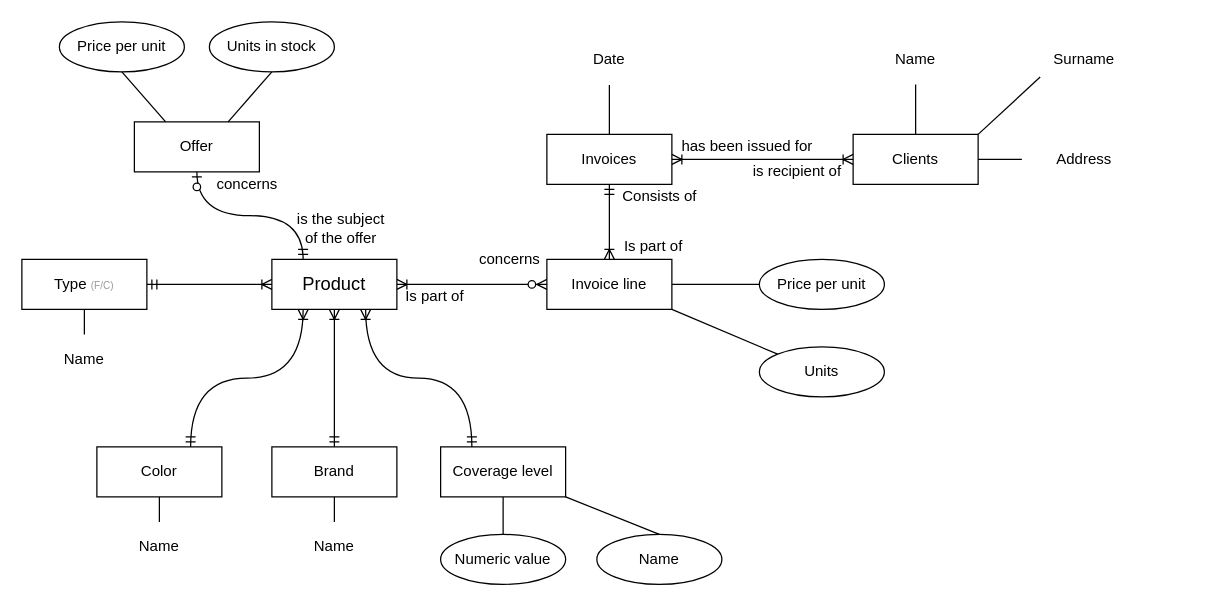
The draw.io diagram model.drawio in Lukasz-Pawlak/projekt_bazy, before the edit. Source tidied: cells renumbered, new cells numbered last; positions are measured from the earlier drawing's top-left corner, leaving out a move shared by most shapes. Both pictures are drawn from the tidied source at 125%, with x=0, y=0 at pixel (21, 21).
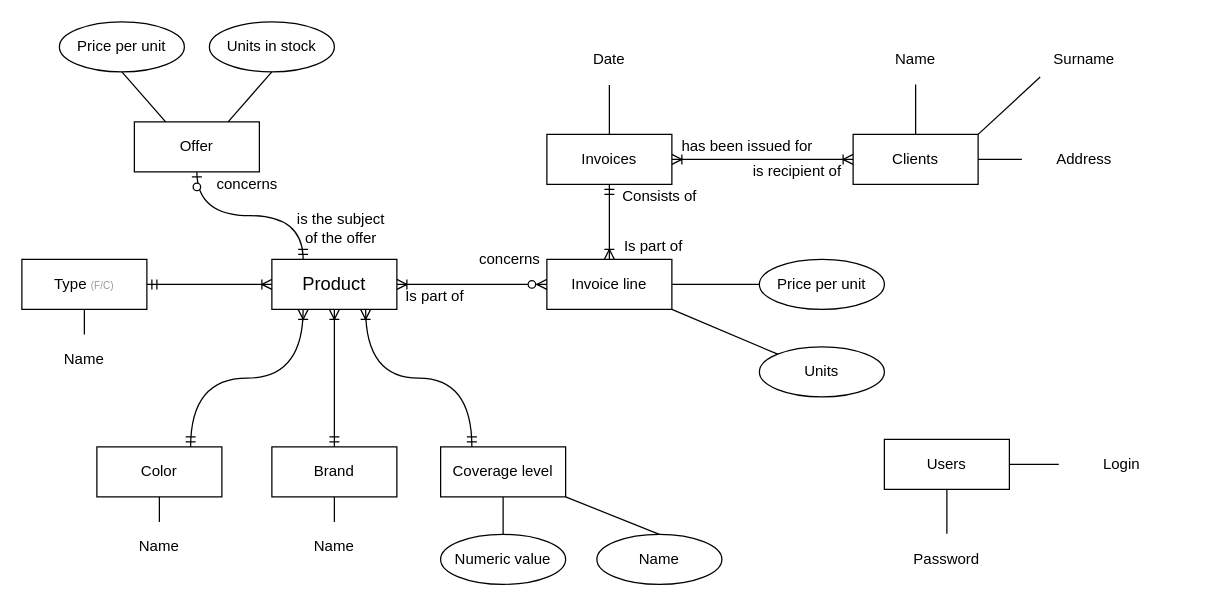
After the change.

Diff of the diagram source:
```diff
@@
+    <mxCell id="53" style="edgeStyle=none;rounded=0;jettySize=auto;html=1;startArrow=none;startFill=0;endArrow=none;endFill=0;exitX=0;exitY=0.5;exitDx=0;exitDy=0;entryX=1;entryY=0.5;entryDx=0;entryDy=0;" parent="1" edge="1" source="56" target="55">
+      <mxGeometry relative="1" as="geometry" />
+    </mxCell>
+    <mxCell id="54" style="edgeStyle=none;rounded=0;jettySize=auto;html=1;startArrow=none;startFill=0;endArrow=none;endFill=0;exitX=0.5;exitY=1;exitDx=0;exitDy=0;entryX=0.5;entryY=0;entryDx=0;entryDy=0;" parent="1" edge="1" source="55" target="57">
+      <mxGeometry relative="1" as="geometry" />
+    </mxCell>
+    <mxCell id="55" value="Users" style="rounded=0;arcSize=10;whiteSpace=wrap;html=1;align=center;" parent="1" vertex="1">
+      <mxGeometry x="690" y="334" width="100" height="40" as="geometry" />
+    </mxCell>
+    <mxCell id="56" value="Login" style="ellipse;whiteSpace=wrap;html=1;align=center;rounded=0;strokeColor=#FFFFFF;" parent="1" vertex="1">
+      <mxGeometry x="830" y="334" width="100" height="40" as="geometry" />
+    </mxCell>
+    <mxCell id="57" value="Password" style="ellipse;whiteSpace=wrap;html=1;align=center;rounded=0;strokeColor=#FFFFFF;" parent="1" vertex="1">
+      <mxGeometry x="690" y="410" width="100" height="40" as="geometry" />
+    </mxCell>
```
